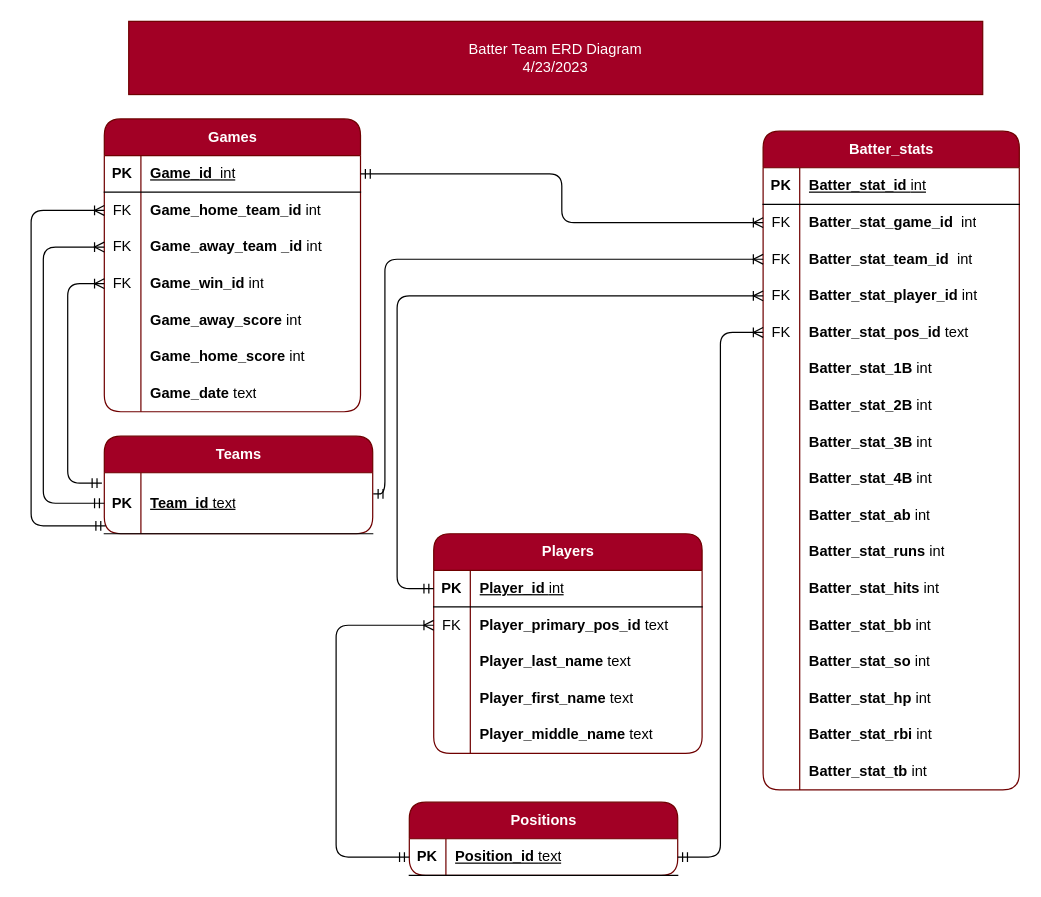
cronad2320/CSD2522-Batter-Team keeps this draw.io diagram as Entity_Relationship_Diagram_Batter_Stats.drawio. Above is the earlier version. Source tidied: cells renumbered, new cells numbered last; positions are measured from the earlier drawing's top-left corner, leaving out a move shared by most shapes. Both pictures are drawn from the tidied source at 122%, with x=0, y=0 at pixel (30, 21).
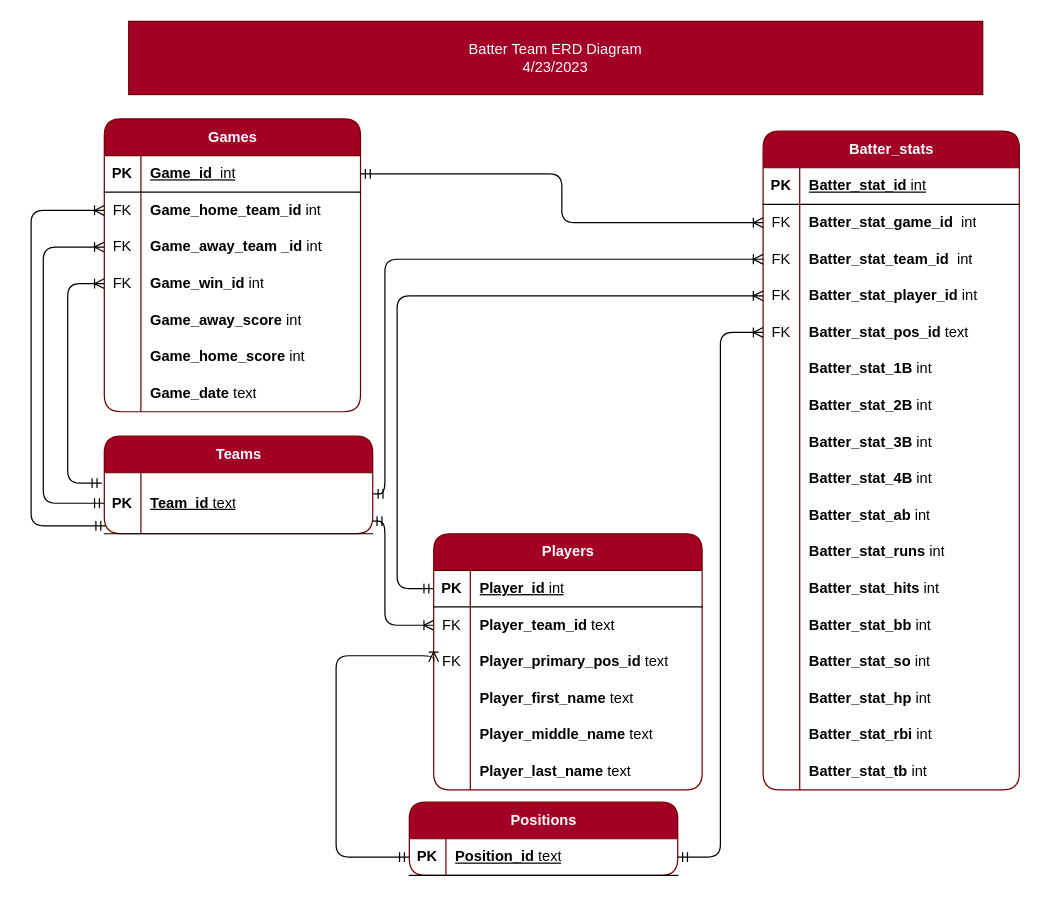
The same diagram, later.

Commit message:
got file output to work. next step is to see if we can open the text file after it is made

Unchanged cells that the change refers to:
```xml
<mxCell id="4" style="shape=tableRow;horizontal=0;startSize=0;swimlaneHead=0;swimlaneBody=0;fillColor=none;points=[[0,0.5],[1,0.5]];portConstraint=eastwest;top=0;left=0;right=0;bottom=1;" parent="3" vertex="1">
  <mxGeometry y="30" width="220" height="50" as="geometry" />
</mxCell>
<mxCell id="11" style="shape=tableRow;horizontal=0;startSize=0;swimlaneHead=0;swimlaneBody=0;fillColor=none;points=[[0,0.5],[1,0.5]];portConstraint=eastwest;top=0;left=0;right=0;bottom=0;" parent="7" vertex="1">
  <mxGeometry y="60" width="220" height="30" as="geometry" />
</mxCell>
<mxCell id="14" style="shape=tableRow;horizontal=0;startSize=0;swimlaneHead=0;swimlaneBody=0;fillColor=none;points=[[0,0.5],[1,0.5]];portConstraint=eastwest;top=0;left=0;right=0;bottom=0;" parent="7" vertex="1">
  <mxGeometry y="90" width="220" height="30" as="geometry" />
</mxCell>
<mxCell id="24" style="shape=tableRow;horizontal=0;startSize=0;swimlaneHead=0;swimlaneBody=0;fillColor=none;points=[[0,0.5],[1,0.5]];portConstraint=eastwest;top=0;left=0;right=0;bottom=1;" parent="23" vertex="1">
  <mxGeometry y="30" width="220" height="30" as="geometry" />
</mxCell>
```

Diff of the diagram source:
```diff
@@
     <mxCell id="7" value="Players" style="shape=table;startSize=30;childLayout=tableLayout;rowLines=0;fontStyle=1;align=center;html=1;rounded=1;fillColor=#a20025;fontColor=#ffffff;strokeColor=#6F0000;" parent="1" vertex="1">
-      <mxGeometry x="330" y="420" width="220" height="180" as="geometry" />
+      <mxGeometry x="330" y="420" width="220" height="210" as="geometry" />
     </mxCell>
@@
-    <mxCell id="13" value="&lt;b style=&quot;border-color: var(--border-color);&quot;&gt;Player_primary_pos_id&amp;nbsp;&lt;/b&gt;text" style="shape=partialRectangle;fillColor=none;top=0;left=0;bottom=0;right=0;align=left;spacingLeft=6;overflow=hidden;whiteSpace=wrap;html=1;" parent="11" vertex="1">
+    <mxCell id="13" value="&lt;b style=&quot;border-color: var(--border-color);&quot;&gt;Player_team_id&amp;nbsp;&lt;/b&gt;text" style="shape=partialRectangle;fillColor=none;top=0;left=0;bottom=0;right=0;align=left;spacingLeft=6;overflow=hidden;whiteSpace=wrap;html=1;" parent="11" vertex="1">
       <mxGeometry x="30" width="190" height="30" as="geometry" />
     </mxCell>
@@
-    <mxCell id="15" style="shape=partialRectangle;fillColor=none;top=0;left=0;bottom=0;right=0;overflow=hidden;whiteSpace=wrap;html=1;" parent="14" vertex="1">
+    <mxCell id="15" value="FK" style="shape=partialRectangle;fillColor=none;top=0;left=0;bottom=0;right=0;overflow=hidden;whiteSpace=wrap;html=1;" parent="14" vertex="1">
       <mxGeometry width="30" height="30" as="geometry" />
     </mxCell>
-    <mxCell id="16" value="&lt;b&gt;Player_last_name &lt;/b&gt;text" style="shape=partialRectangle;fillColor=none;top=0;left=0;bottom=0;right=0;align=left;spacingLeft=6;overflow=hidden;whiteSpace=wrap;html=1;" parent="14" vertex="1">
+    <mxCell id="16" value="&lt;b&gt;Player_primary_pos_id&amp;nbsp;&lt;/b&gt;text" style="shape=partialRectangle;fillColor=none;top=0;left=0;bottom=0;right=0;align=left;spacingLeft=6;overflow=hidden;whiteSpace=wrap;html=1;" parent="14" vertex="1">
       <mxGeometry x="30" width="190" height="30" as="geometry" />
     </mxCell>
@@
+    <mxCell id="109" style="shape=tableRow;horizontal=0;startSize=0;swimlaneHead=0;swimlaneBody=0;fillColor=none;top=0;left=0;right=0;bottom=0;" parent="7" vertex="1">
+      <mxGeometry y="150" width="220" height="30" as="geometry" />
+    </mxCell>
+    <mxCell id="110" style="shape=partialRectangle;fillColor=none;top=0;left=0;bottom=0;right=0;overflow=hidden;whiteSpace=wrap;html=1;" parent="109" vertex="1">
+      <mxGeometry width="30" height="30" as="geometry" />
+    </mxCell>
+    <mxCell id="111" value="&lt;b&gt;Player_middle_name&amp;nbsp;&lt;/b&gt;text" style="shape=partialRectangle;fillColor=none;top=0;left=0;bottom=0;right=0;align=left;spacingLeft=6;overflow=hidden;whiteSpace=wrap;html=1;" parent="109" vertex="1">
+      <mxGeometry x="30" width="190" height="30" as="geometry" />
+    </mxCell>
     <mxCell id="20" style="shape=tableRow;horizontal=0;startSize=0;swimlaneHead=0;swimlaneBody=0;fillColor=none;top=0;left=0;right=0;bottom=0;" parent="7" vertex="1">
-      <mxGeometry y="150" width="220" height="30" as="geometry" />
+      <mxGeometry y="180" width="220" height="30" as="geometry" />
     </mxCell>
@@
-    <mxCell id="22" value="&lt;b&gt;Player_middle_name&amp;nbsp;&lt;/b&gt;text" style="shape=partialRectangle;fillColor=none;top=0;left=0;bottom=0;right=0;align=left;spacingLeft=6;overflow=hidden;whiteSpace=wrap;html=1;" parent="20" vertex="1">
+    <mxCell id="22" value="&lt;b&gt;Player_last_name&amp;nbsp;&lt;/b&gt;text" style="shape=partialRectangle;fillColor=none;top=0;left=0;bottom=0;right=0;align=left;spacingLeft=6;overflow=hidden;whiteSpace=wrap;html=1;" parent="20" vertex="1">
       <mxGeometry x="30" width="190" height="30" as="geometry" />
     </mxCell>
@@
-    <mxCell id="27" style="edgeStyle=orthogonalEdgeStyle;fontSize=12;html=1;endArrow=ERoneToMany;startArrow=ERmandOne;rounded=1;exitX=0;exitY=0.5;exitDx=0;exitDy=0;entryX=0;entryY=0.5;entryDx=0;entryDy=0;" parent="1" edge="1" source="24" target="11">
+    <mxCell id="27" style="edgeStyle=orthogonalEdgeStyle;fontSize=12;html=1;endArrow=ERoneToMany;startArrow=ERmandOne;rounded=1;exitX=0;exitY=0.5;exitDx=0;exitDy=0;entryX=0;entryY=0.5;entryDx=0;entryDy=0;" parent="1" edge="1" source="24" target="14">
       <mxGeometry relative="1" as="geometry">
         <Array as="points">
           <mxPoint x="250" y="685" />
-          <mxPoint x="250" y="495" />
+          <mxPoint x="250" y="520" />
+          <mxPoint x="330" y="520" />
         </Array>
       </mxGeometry>
     </mxCell>
@@
+    <mxCell id="112" style="edgeStyle=elbowEdgeStyle;fontSize=12;html=1;endArrow=ERoneToMany;startArrow=ERmandOne;rounded=1;exitX=0.998;exitY=0.793;exitDx=0;exitDy=0;exitPerimeter=0;entryX=0;entryY=0.5;entryDx=0;entryDy=0;" parent="1" edge="1" source="4" target="11">
+      <mxGeometry relative="1" as="geometry">
+        <Array as="points">
+          <mxPoint x="290" y="460" />
+        </Array>
+      </mxGeometry>
+    </mxCell>
```
